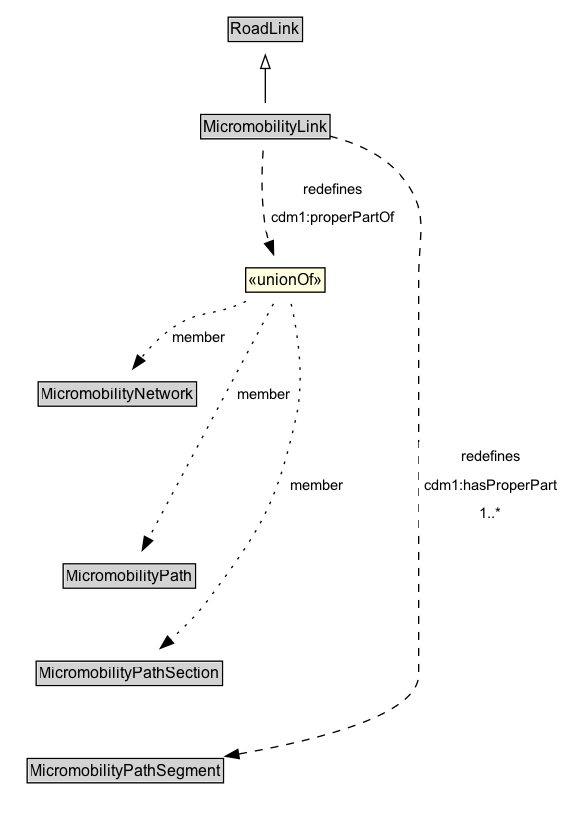
The Graphviz diagram docs/diagrams/MicromobilityLink.dot.png in ISO-TC204/ontology-cdm-p3-v1, before a commit. Its source is kept beside it as docs/diagrams/MicromobilityLink.dot. Source of this version:
```dot
digraph {
	graph [overlap=false rankdir=TB splines=true]
	node [fontname=Arial fontsize=12 margin=0 shape=none]
	edge [fontname=Arial fontsize=11]
	{
		rank=source
		RoadLink [label=<<TABLE BORDER="1" CELLBORDER="0" CELLSPACING="0" CELLPADDING="1"><TR><TD BGCOLOR="lightgray" ALIGN="CENTER">RoadLink</TD></TR></TABLE>> URL="../RoadLink" margin=0]
	}
	MicromobilityLink [label=<<TABLE BORDER="1" CELLBORDER="0" CELLSPACING="0" CELLPADDING="1"><TR><TD BGCOLOR="lightgray" ALIGN="CENTER">MicromobilityLink</TD></TR></TABLE>> URL="../MicromobilityLink" margin=0]
	{
		rank=max
	}
	subgraph cluster_associated {
		label="" style=invis
		Invis [label=<<TABLE BORDER="0" CELLBORDER="0" CELLSPACING="0" CELLPADDING="1"><TR><TD></TD></TR></TABLE>> margin=0 style=invis]
		MicromobilityNetwork [label=<<TABLE BORDER="1" CELLBORDER="0" CELLSPACING="0" CELLPADDING="1"><TR><TD BGCOLOR="lightgray" ALIGN="CENTER">MicromobilityNetwork</TD></TR></TABLE>> URL="../MicromobilityNetwork" margin=0]
		MicromobilityPath [label=<<TABLE BORDER="1" CELLBORDER="0" CELLSPACING="0" CELLPADDING="1"><TR><TD BGCOLOR="lightgray" ALIGN="CENTER">MicromobilityPath</TD></TR></TABLE>> URL="../MicromobilityPath" margin=0]
		MicromobilityPathSection [label=<<TABLE BORDER="1" CELLBORDER="0" CELLSPACING="0" CELLPADDING="1"><TR><TD BGCOLOR="lightgray" ALIGN="CENTER">MicromobilityPathSection</TD></TR></TABLE>> URL="../MicromobilityPathSection" margin=0]
		MicromobilityPathSegment [label=<<TABLE BORDER="1" CELLBORDER="0" CELLSPACING="0" CELLPADDING="1"><TR><TD BGCOLOR="lightgray" ALIGN="CENTER">MicromobilityPathSegment</TD></TR></TABLE>> URL="../MicromobilityPathSegment" margin=0]
	}
	MicromobilityLink -> RoadLink [arrowhead=onormal style=solid]
	MicromobilityLink -> Invis [style=invis]
	Invis -> MicromobilityNetwork [style=invis]
	MicromobilityNetwork -> MicromobilityPath [style=invis]
	MicromobilityPath -> MicromobilityPathSection [style=invis]
	MicromobilityPathSection -> MicromobilityPathSegment [style=invis]
	n357fc98d4b3b4002a740b57da5623563b4 [label=<<TABLE BORDER="1" CELLBORDER="0" CELLSPACING="0" CELLPADDING="1" BGCOLOR="lightyellow"><TR><TD ALIGN="CENTER">«unionOf»</TD></TR></TABLE>> margin=0]
	MicromobilityNetwork [label=<<TABLE BORDER="1" CELLBORDER="0" CELLSPACING="0" CELLPADDING="1"><TR><TD BGCOLOR="lightgray" ALIGN="CENTER">MicromobilityNetwork</TD></TR></TABLE>> URL="../MicromobilityNetwork" margin=0]
	n357fc98d4b3b4002a740b57da5623563b4 -> MicromobilityNetwork [label=member arrowhead=normal style=dotted]
	MicromobilityPath [label=<<TABLE BORDER="1" CELLBORDER="0" CELLSPACING="0" CELLPADDING="1"><TR><TD BGCOLOR="lightgray" ALIGN="CENTER">MicromobilityPath</TD></TR></TABLE>> URL="../MicromobilityPath" margin=0]
	n357fc98d4b3b4002a740b57da5623563b4 -> MicromobilityPath [label=member arrowhead=normal style=dotted]
	MicromobilityPathSection [label=<<TABLE BORDER="1" CELLBORDER="0" CELLSPACING="0" CELLPADDING="1"><TR><TD BGCOLOR="lightgray" ALIGN="CENTER">MicromobilityPathSection</TD></TR></TABLE>> URL="../MicromobilityPathSection" margin=0]
	n357fc98d4b3b4002a740b57da5623563b4 -> MicromobilityPathSection [label=member arrowhead=normal style=dotted]
	MicromobilityLink -> n357fc98d4b3b4002a740b57da5623563b4 [label=<<TABLE BORDER="0" CELLBORDER="0" CELLSPACING="0" CELLPADDING="4" BGCOLOR="white"><TR><TD ALIGN="CENTER">redefines</TD></TR><TR><TD ALIGN="CENTER">cdm1:properPartOf</TD></TR></TABLE>> arrowhead=normal style=dashed]
	MicromobilityPathSegment [label=<<TABLE BORDER="1" CELLBORDER="0" CELLSPACING="0" CELLPADDING="1"><TR><TD BGCOLOR="lightgray" ALIGN="CENTER">MicromobilityPathSegment</TD></TR></TABLE>> URL="../MicromobilityPathSegment" margin=0]
	MicromobilityLink -> MicromobilityPathSegment [label=<<TABLE BORDER="0" CELLBORDER="0" CELLSPACING="0" CELLPADDING="4" BGCOLOR="white"><TR><TD ALIGN="CENTER">redefines</TD></TR><TR><TD ALIGN="CENTER">cdm1:hasProperPart</TD></TR><TR><TD ALIGN="CENTER">1..*</TD></TR></TABLE>> arrowhead=normal style=dashed]
}
```
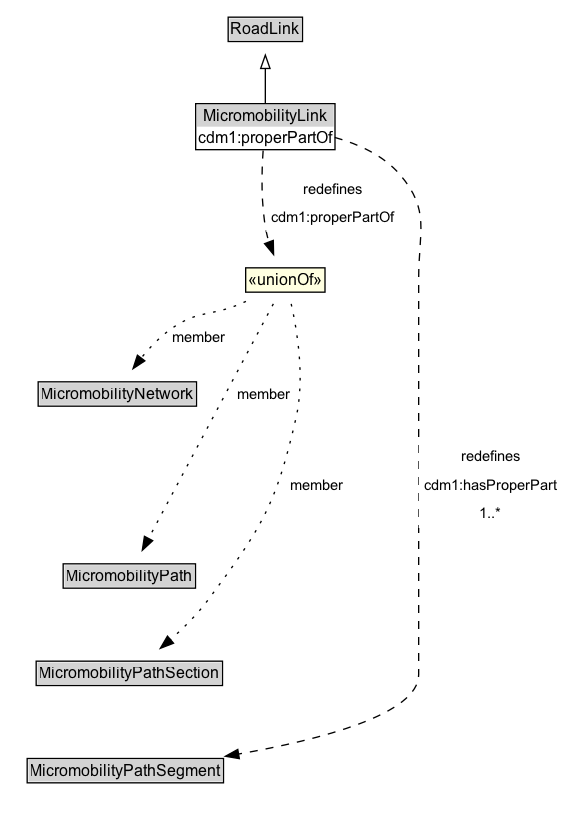
After the commit.

What changed in the source:
```diff
@@ -6,7 +6,7 @@
 		rank=source
 		RoadLink [label=<<TABLE BORDER="1" CELLBORDER="0" CELLSPACING="0" CELLPADDING="1"><TR><TD BGCOLOR="lightgray" ALIGN="CENTER">RoadLink</TD></TR></TABLE>> URL="../RoadLink" margin=0]
 	}
-	MicromobilityLink [label=<<TABLE BORDER="1" CELLBORDER="0" CELLSPACING="0" CELLPADDING="1"><TR><TD BGCOLOR="lightgray" ALIGN="CENTER">MicromobilityLink</TD></TR></TABLE>> URL="../MicromobilityLink" margin=0]
+	MicromobilityLink [label=<<TABLE BORDER="1" CELLBORDER="0" CELLSPACING="0" CELLPADDING="1"><TR><TD BGCOLOR="lightgray" ALIGN="CENTER">MicromobilityLink</TD></TR><TR><TD ALIGN="LEFT">cdm1:properPartOf</TD></TR></TABLE>> URL="../MicromobilityLink" margin=0]
 	{
 		rank=max
 	}
@@ -24,14 +24,14 @@
 	MicromobilityNetwork -> MicromobilityPath [style=invis]
 	MicromobilityPath -> MicromobilityPathSection [style=invis]
 	MicromobilityPathSection -> MicromobilityPathSegment [style=invis]
-	n357fc98d4b3b4002a740b57da5623563b4 [label=<<TABLE BORDER="1" CELLBORDER="0" CELLSPACING="0" CELLPADDING="1" BGCOLOR="lightyellow"><TR><TD ALIGN="CENTER">«unionOf»</TD></TR></TABLE>> margin=0]
-	MicromobilityNetwork [label=<<TABLE BORDER="1" CELLBORDER="0" CELLSPACING="0" CELLPADDING="1"><TR><TD BGCOLOR="lightgray" ALIGN="CENTER">MicromobilityNetwork</TD></TR></TABLE>> URL="../MicromobilityNetwork" margin=0]
-	n357fc98d4b3b4002a740b57da5623563b4 -> MicromobilityNetwork [label=member arrowhead=normal style=dotted]
-	MicromobilityPath [label=<<TABLE BORDER="1" CELLBORDER="0" CELLSPACING="0" CELLPADDING="1"><TR><TD BGCOLOR="lightgray" ALIGN="CENTER">MicromobilityPath</TD></TR></TABLE>> URL="../MicromobilityPath" margin=0]
-	n357fc98d4b3b4002a740b57da5623563b4 -> MicromobilityPath [label=member arrowhead=normal style=dotted]
-	MicromobilityPathSection [label=<<TABLE BORDER="1" CELLBORDER="0" CELLSPACING="0" CELLPADDING="1"><TR><TD BGCOLOR="lightgray" ALIGN="CENTER">MicromobilityPathSection</TD></TR></TABLE>> URL="../MicromobilityPathSection" margin=0]
-	n357fc98d4b3b4002a740b57da5623563b4 -> MicromobilityPathSection [label=member arrowhead=normal style=dotted]
-	MicromobilityLink -> n357fc98d4b3b4002a740b57da5623563b4 [label=<<TABLE BORDER="0" CELLBORDER="0" CELLSPACING="0" CELLPADDING="4" BGCOLOR="white"><TR><TD ALIGN="CENTER">redefines</TD></TR><TR><TD ALIGN="CENTER">cdm1:properPartOf</TD></TR></TABLE>> arrowhead=normal style=dashed]
 	MicromobilityPathSegment [label=<<TABLE BORDER="1" CELLBORDER="0" CELLSPACING="0" CELLPADDING="1"><TR><TD BGCOLOR="lightgray" ALIGN="CENTER">MicromobilityPathSegment</TD></TR></TABLE>> URL="../MicromobilityPathSegment" margin=0]
 	MicromobilityLink -> MicromobilityPathSegment [label=<<TABLE BORDER="0" CELLBORDER="0" CELLSPACING="0" CELLPADDING="4" BGCOLOR="white"><TR><TD ALIGN="CENTER">redefines</TD></TR><TR><TD ALIGN="CENTER">cdm1:hasProperPart</TD></TR><TR><TD ALIGN="CENTER">1..*</TD></TR></TABLE>> arrowhead=normal style=dashed]
+	n08b901a28ea24e5d929e965f217f15e3b5 [label=<<TABLE BORDER="1" CELLBORDER="0" CELLSPACING="0" CELLPADDING="1" BGCOLOR="lightyellow"><TR><TD ALIGN="CENTER">«unionOf»</TD></TR></TABLE>> margin=0]
+	MicromobilityNetwork [label=<<TABLE BORDER="1" CELLBORDER="0" CELLSPACING="0" CELLPADDING="1"><TR><TD BGCOLOR="lightgray" ALIGN="CENTER">MicromobilityNetwork</TD></TR></TABLE>> URL="../MicromobilityNetwork" margin=0]
+	n08b901a28ea24e5d929e965f217f15e3b5 -> MicromobilityNetwork [label=member arrowhead=normal style=dotted]
+	MicromobilityPath [label=<<TABLE BORDER="1" CELLBORDER="0" CELLSPACING="0" CELLPADDING="1"><TR><TD BGCOLOR="lightgray" ALIGN="CENTER">MicromobilityPath</TD></TR></TABLE>> URL="../MicromobilityPath" margin=0]
+	n08b901a28ea24e5d929e965f217f15e3b5 -> MicromobilityPath [label=member arrowhead=normal style=dotted]
+	MicromobilityPathSection [label=<<TABLE BORDER="1" CELLBORDER="0" CELLSPACING="0" CELLPADDING="1"><TR><TD BGCOLOR="lightgray" ALIGN="CENTER">MicromobilityPathSection</TD></TR></TABLE>> URL="../MicromobilityPathSection" margin=0]
+	n08b901a28ea24e5d929e965f217f15e3b5 -> MicromobilityPathSection [label=member arrowhead=normal style=dotted]
+	MicromobilityLink -> n08b901a28ea24e5d929e965f217f15e3b5 [label=<<TABLE BORDER="0" CELLBORDER="0" CELLSPACING="0" CELLPADDING="4" BGCOLOR="white"><TR><TD ALIGN="CENTER">redefines</TD></TR><TR><TD ALIGN="CENTER">cdm1:properPartOf</TD></TR></TABLE>> arrowhead=normal style=dashed]
 }
```
